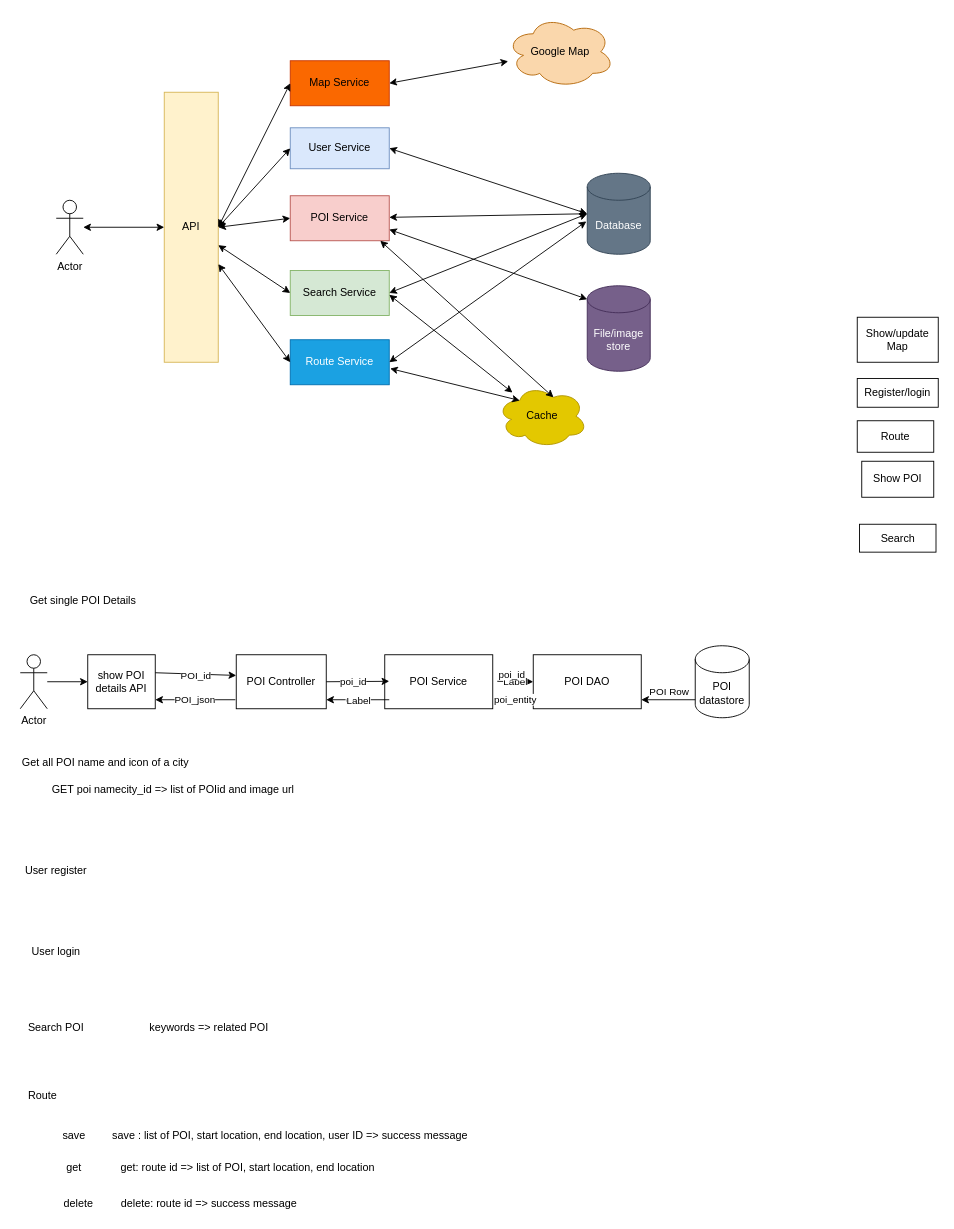
Above: page "Page-1" (1 of 6) of Designdiagram/SystemOverview.drawio in laifukun/FLAGCamp-Design (draw.io), before the change. Source tidied: cells renumbered, new cells numbered last; positions are measured from the earlier drawing's top-left corner, leaving out a move shared by most shapes. Both pictures are drawn from the tidied source at 90%, with x=0, y=0 at pixel (15, 15).
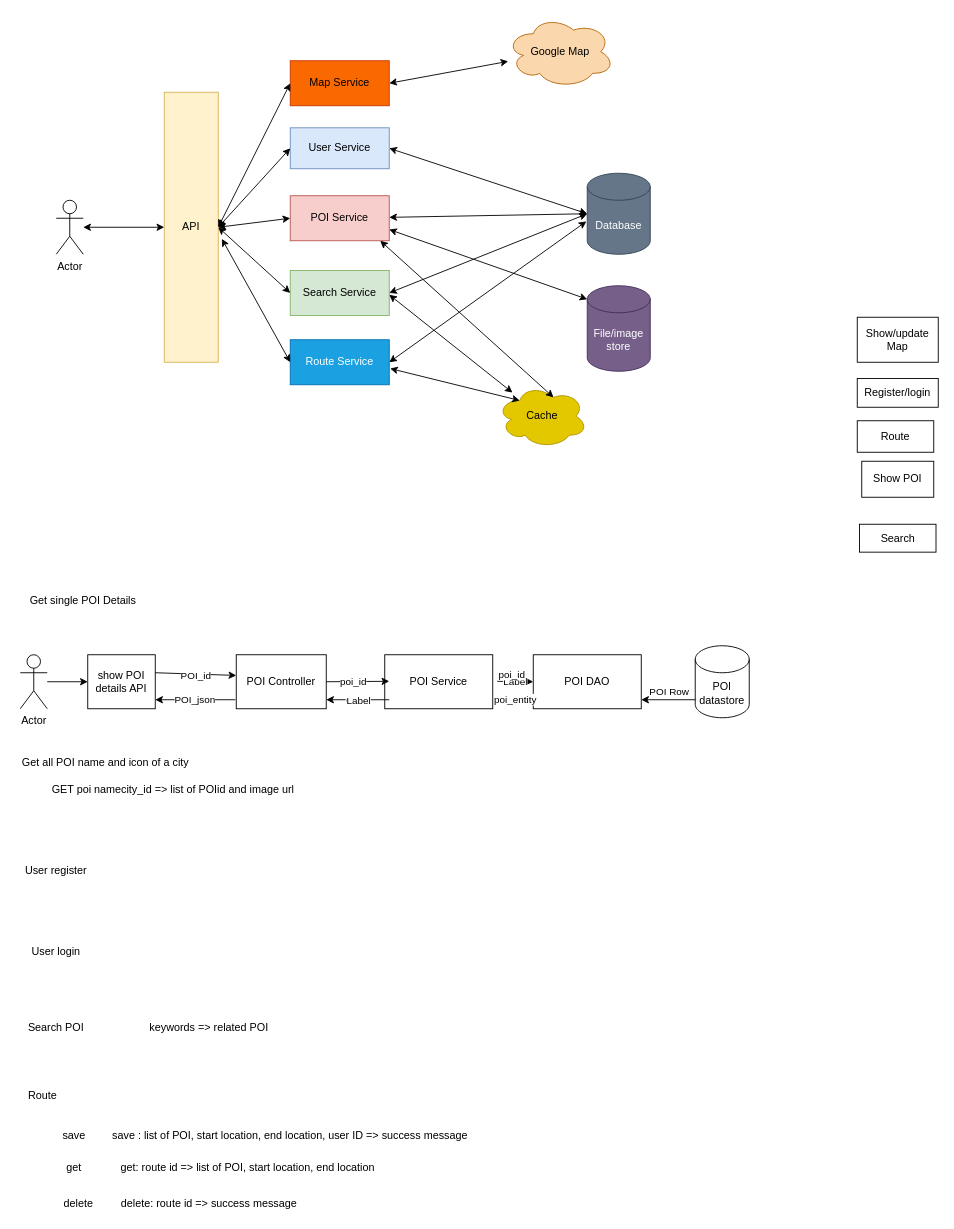
Above is the later version.

The change refers to these unchanged cells:
```xml
<mxCell id="3" value="Search Service" style="rounded=0;whiteSpace=wrap;html=1;fillColor=#d5e8d4;strokeColor=#82b366;" parent="1" vertex="1">
  <mxGeometry x="305" y="283" width="110" height="50" as="geometry" />
</mxCell>
<mxCell id="4" value="API" style="rounded=0;whiteSpace=wrap;html=1;fillColor=#fff2cc;strokeColor=#d6b656;" parent="1" vertex="1">
  <mxGeometry x="165" y="85" width="60" height="300" as="geometry" />
</mxCell>
<mxCell id="13" value="Route Service" style="rounded=0;whiteSpace=wrap;html=1;fillColor=#1ba1e2;strokeColor=#006EAF;fontColor=#ffffff;" parent="1" vertex="1">
  <mxGeometry x="305" y="360" width="110" height="50" as="geometry" />
</mxCell>
```

What changed in the source:
```diff
@@
-    <mxCell id="61" style="endArrow=classic;startArrow=classic;html=1;entryX=0;entryY=0.5;entryDx=0;entryDy=0;" parent="1" edge="1" source="4" target="3">
+    <mxCell id="61" style="endArrow=classic;startArrow=classic;html=1;entryX=0;entryY=0.5;entryDx=0;entryDy=0;exitX=1;exitY=0.5;exitDx=0;exitDy=0;" parent="1" edge="1" source="4" target="3">
       <mxGeometry relative="1" as="geometry" />
     </mxCell>
-    <mxCell id="62" style="endArrow=classic;startArrow=classic;html=1;entryX=0;entryY=0.5;entryDx=0;entryDy=0;" parent="1" edge="1" source="4" target="13">
+    <mxCell id="62" style="endArrow=classic;startArrow=classic;html=1;entryX=0;entryY=0.5;entryDx=0;entryDy=0;exitX=1.067;exitY=0.543;exitDx=0;exitDy=0;exitPerimeter=0;" parent="1" edge="1" source="4" target="13">
       <mxGeometry relative="1" as="geometry" />
     </mxCell>
```
